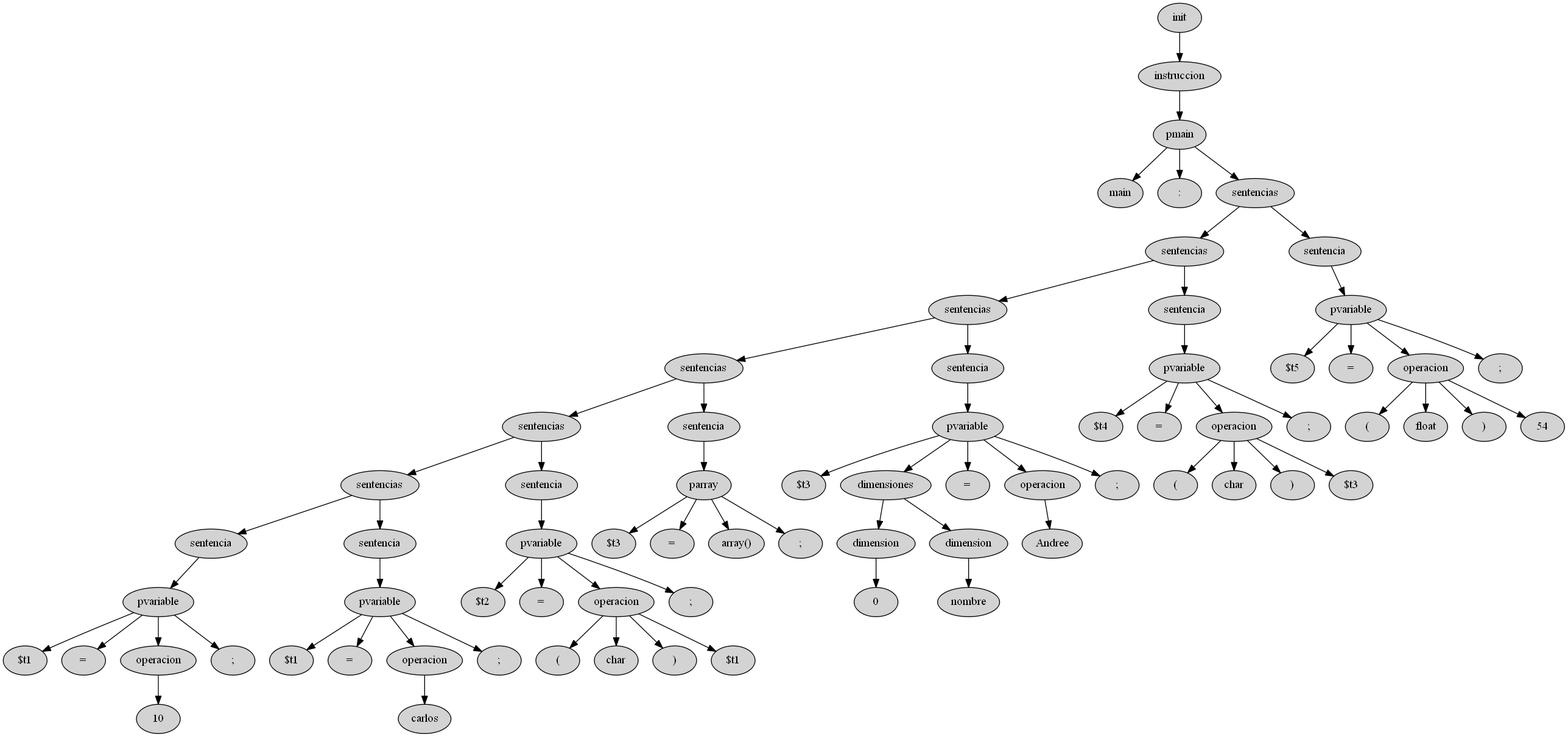
AndreeAvalos/OLC2-AUGUS keeps this Graphviz diagram as ASPAscendente.png. Above is the earlier version. Its source is kept beside it as ASPAscendente.dot.
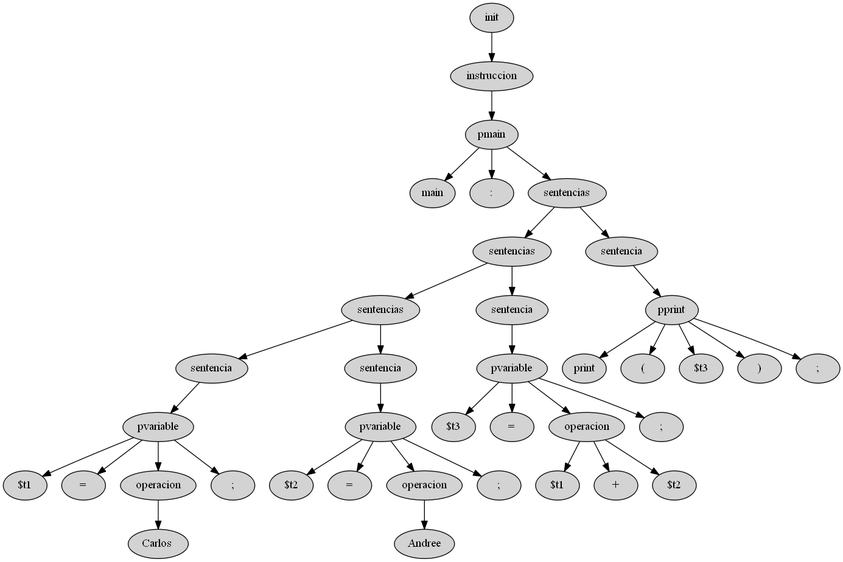
The same file after the commit.

The edit, as a diff of the source:
```diff
@@ -1,148 +1,78 @@
 digraph{
-332[style = "filled" ; label = "init"]
-331[style = "filled" ; label = "instruccion"]
-328[style = "filled" ; label = "pmain"]
-329[style = "filled" ; label = "main"]
-330[style = "filled" ; label = ":"]
-327[style = "filled" ; label = "sentencias"]
-316[style = "filled" ; label = "sentencias"]
-305[style = "filled" ; label = "sentencias"]
-292[style = "filled" ; label = "sentencias"]
-285[style = "filled" ; label = "sentencias"]
-274[style = "filled" ; label = "sentencias"]
-266[style = "filled" ; label = "sentencia"]
-262[style = "filled" ; label = "pvariable"]
-263[style = "filled" ; label = "$t1"]
-264[style = "filled" ; label = "="]
-261[style = "filled" ; label = "operacion"]
-260[style = "filled" ; label = "10"]
-265[style = "filled" ; label = ";"]
-273[style = "filled" ; label = "sentencia"]
-269[style = "filled" ; label = "pvariable"]
-270[style = "filled" ; label = "$t1"]
-271[style = "filled" ; label = "="]
-268[style = "filled" ; label = "operacion"]
-267[style = "filled" ; label = "carlos"]
-272[style = "filled" ; label = ";"]
-284[style = "filled" ; label = "sentencia"]
-280[style = "filled" ; label = "pvariable"]
-281[style = "filled" ; label = "$t2"]
-282[style = "filled" ; label = "="]
-276[style = "filled" ; label = "operacion"]
-277[style = "filled" ; label = "("]
-278[style = "filled" ; label = "char"]
-279[style = "filled" ; label = ")"]
-275[style = "filled" ; label = "$t1"]
-283[style = "filled" ; label = ";"]
-291[style = "filled" ; label = "sentencia"]
-286[style = "filled" ; label = "parray"]
-287[style = "filled" ; label = "$t3"]
-288[style = "filled" ; label = "="]
-289[style = "filled" ; label = "array()"]
-290[style = "filled" ; label = ";"]
-304[style = "filled" ; label = "sentencia"]
-300[style = "filled" ; label = "pvariable"]
-301[style = "filled" ; label = "$t3"]
-297[style = "filled" ; label = "dimensiones"]
-294[style = "filled" ; label = "dimension"]
-293[style = "filled" ; label = "0"]
-296[style = "filled" ; label = "dimension"]
-295[style = "filled" ; label = "nombre"]
-302[style = "filled" ; label = "="]
-299[style = "filled" ; label = "operacion"]
-298[style = "filled" ; label = "Andree"]
-303[style = "filled" ; label = ";"]
-315[style = "filled" ; label = "sentencia"]
-311[style = "filled" ; label = "pvariable"]
-312[style = "filled" ; label = "$t4"]
-313[style = "filled" ; label = "="]
-307[style = "filled" ; label = "operacion"]
-308[style = "filled" ; label = "("]
-309[style = "filled" ; label = "char"]
-310[style = "filled" ; label = ")"]
-306[style = "filled" ; label = "$t3"]
-314[style = "filled" ; label = ";"]
-326[style = "filled" ; label = "sentencia"]
-322[style = "filled" ; label = "pvariable"]
-323[style = "filled" ; label = "$t5"]
-324[style = "filled" ; label = "="]
-318[style = "filled" ; label = "operacion"]
-319[style = "filled" ; label = "("]
-320[style = "filled" ; label = "float"]
-321[style = "filled" ; label = ")"]
-317[style = "filled" ; label = "54"]
-325[style = "filled" ; label = ";"]
-332->331;
-331->328;
-328->329;
-328->330;
-328->327;
-327->316;
-316->305;
-305->292;
-292->285;
-285->274;
-274->266;
-266->262;
-262->263;
-262->264;
-262->261;
-261->260;
-262->265;
-274->273;
-273->269;
-269->270;
-269->271;
-269->268;
-268->267;
-269->272;
-285->284;
-284->280;
-280->281;
-280->282;
-280->276;
-276->277;
-276->278;
-276->279;
-276->275;
-280->283;
-292->291;
-291->286;
-286->287;
-286->288;
-286->289;
-286->290;
-305->304;
-304->300;
-300->301;
-300->297;
-297->294;
-294->293;
-297->296;
-296->295;
-300->302;
-300->299;
-299->298;
-300->303;
-316->315;
-315->311;
-311->312;
-311->313;
-311->307;
-307->308;
-307->309;
-307->310;
-307->306;
-311->314;
-327->326;
-326->322;
-322->323;
-322->324;
-322->318;
-318->319;
-318->320;
-318->321;
-318->317;
-322->325;
+38[style = "filled" ; label = "init"]
+37[style = "filled" ; label = "instruccion"]
+34[style = "filled" ; label = "pmain"]
+35[style = "filled" ; label = "main"]
+36[style = "filled" ; label = ":"]
+33[style = "filled" ; label = "sentencias"]
+25[style = "filled" ; label = "sentencias"]
+15[style = "filled" ; label = "sentencias"]
+7[style = "filled" ; label = "sentencia"]
+3[style = "filled" ; label = "pvariable"]
+4[style = "filled" ; label = "$t1"]
+5[style = "filled" ; label = "="]
+2[style = "filled" ; label = "operacion"]
+1[style = "filled" ; label = "Carlos "]
+6[style = "filled" ; label = ";"]
+14[style = "filled" ; label = "sentencia"]
+10[style = "filled" ; label = "pvariable"]
+11[style = "filled" ; label = "$t2"]
+12[style = "filled" ; label = "="]
+9[style = "filled" ; label = "operacion"]
+8[style = "filled" ; label = "Andree"]
+13[style = "filled" ; label = ";"]
+24[style = "filled" ; label = "sentencia"]
+20[style = "filled" ; label = "pvariable"]
+21[style = "filled" ; label = "$t3"]
+22[style = "filled" ; label = "="]
+18[style = "filled" ; label = "operacion"]
+16[style = "filled" ; label = "$t1"]
+19[style = "filled" ; label = "+"]
+17[style = "filled" ; label = "$t2"]
+23[style = "filled" ; label = ";"]
+32[style = "filled" ; label = "sentencia"]
+26[style = "filled" ; label = "pprint"]
+27[style = "filled" ; label = "print"]
+28[style = "filled" ; label = "("]
+29[style = "filled" ; label = "$t3"]
+30[style = "filled" ; label = ")"]
+31[style = "filled" ; label = ";"]
+38->37;
+37->34;
+34->35;
+34->36;
+34->33;
+33->25;
+25->15;
+15->7;
+7->3;
+3->4;
+3->5;
+3->2;
+2->1;
+3->6;
+15->14;
+14->10;
+10->11;
+10->12;
+10->9;
+9->8;
+10->13;
+25->24;
+24->20;
+20->21;
+20->22;
+20->18;
+18->16;
+18->19;
+18->17;
+20->23;
+33->32;
+32->26;
+26->27;
+26->28;
+26->29;
+26->30;
+26->31;
 
 }
```
